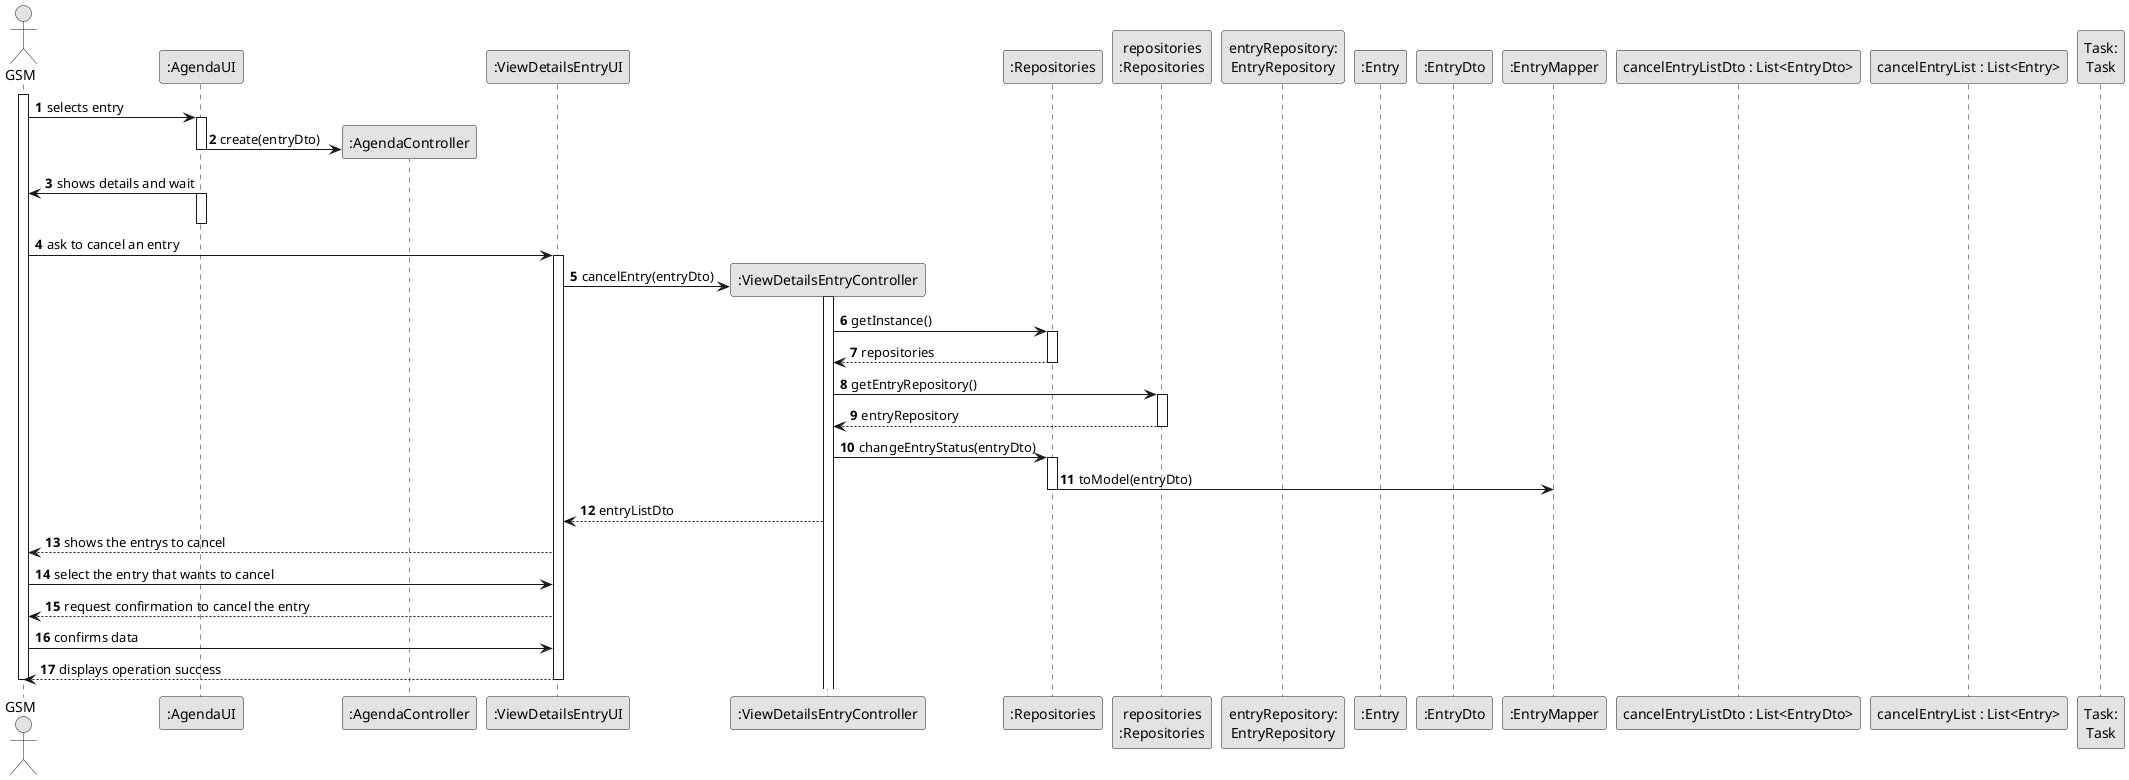
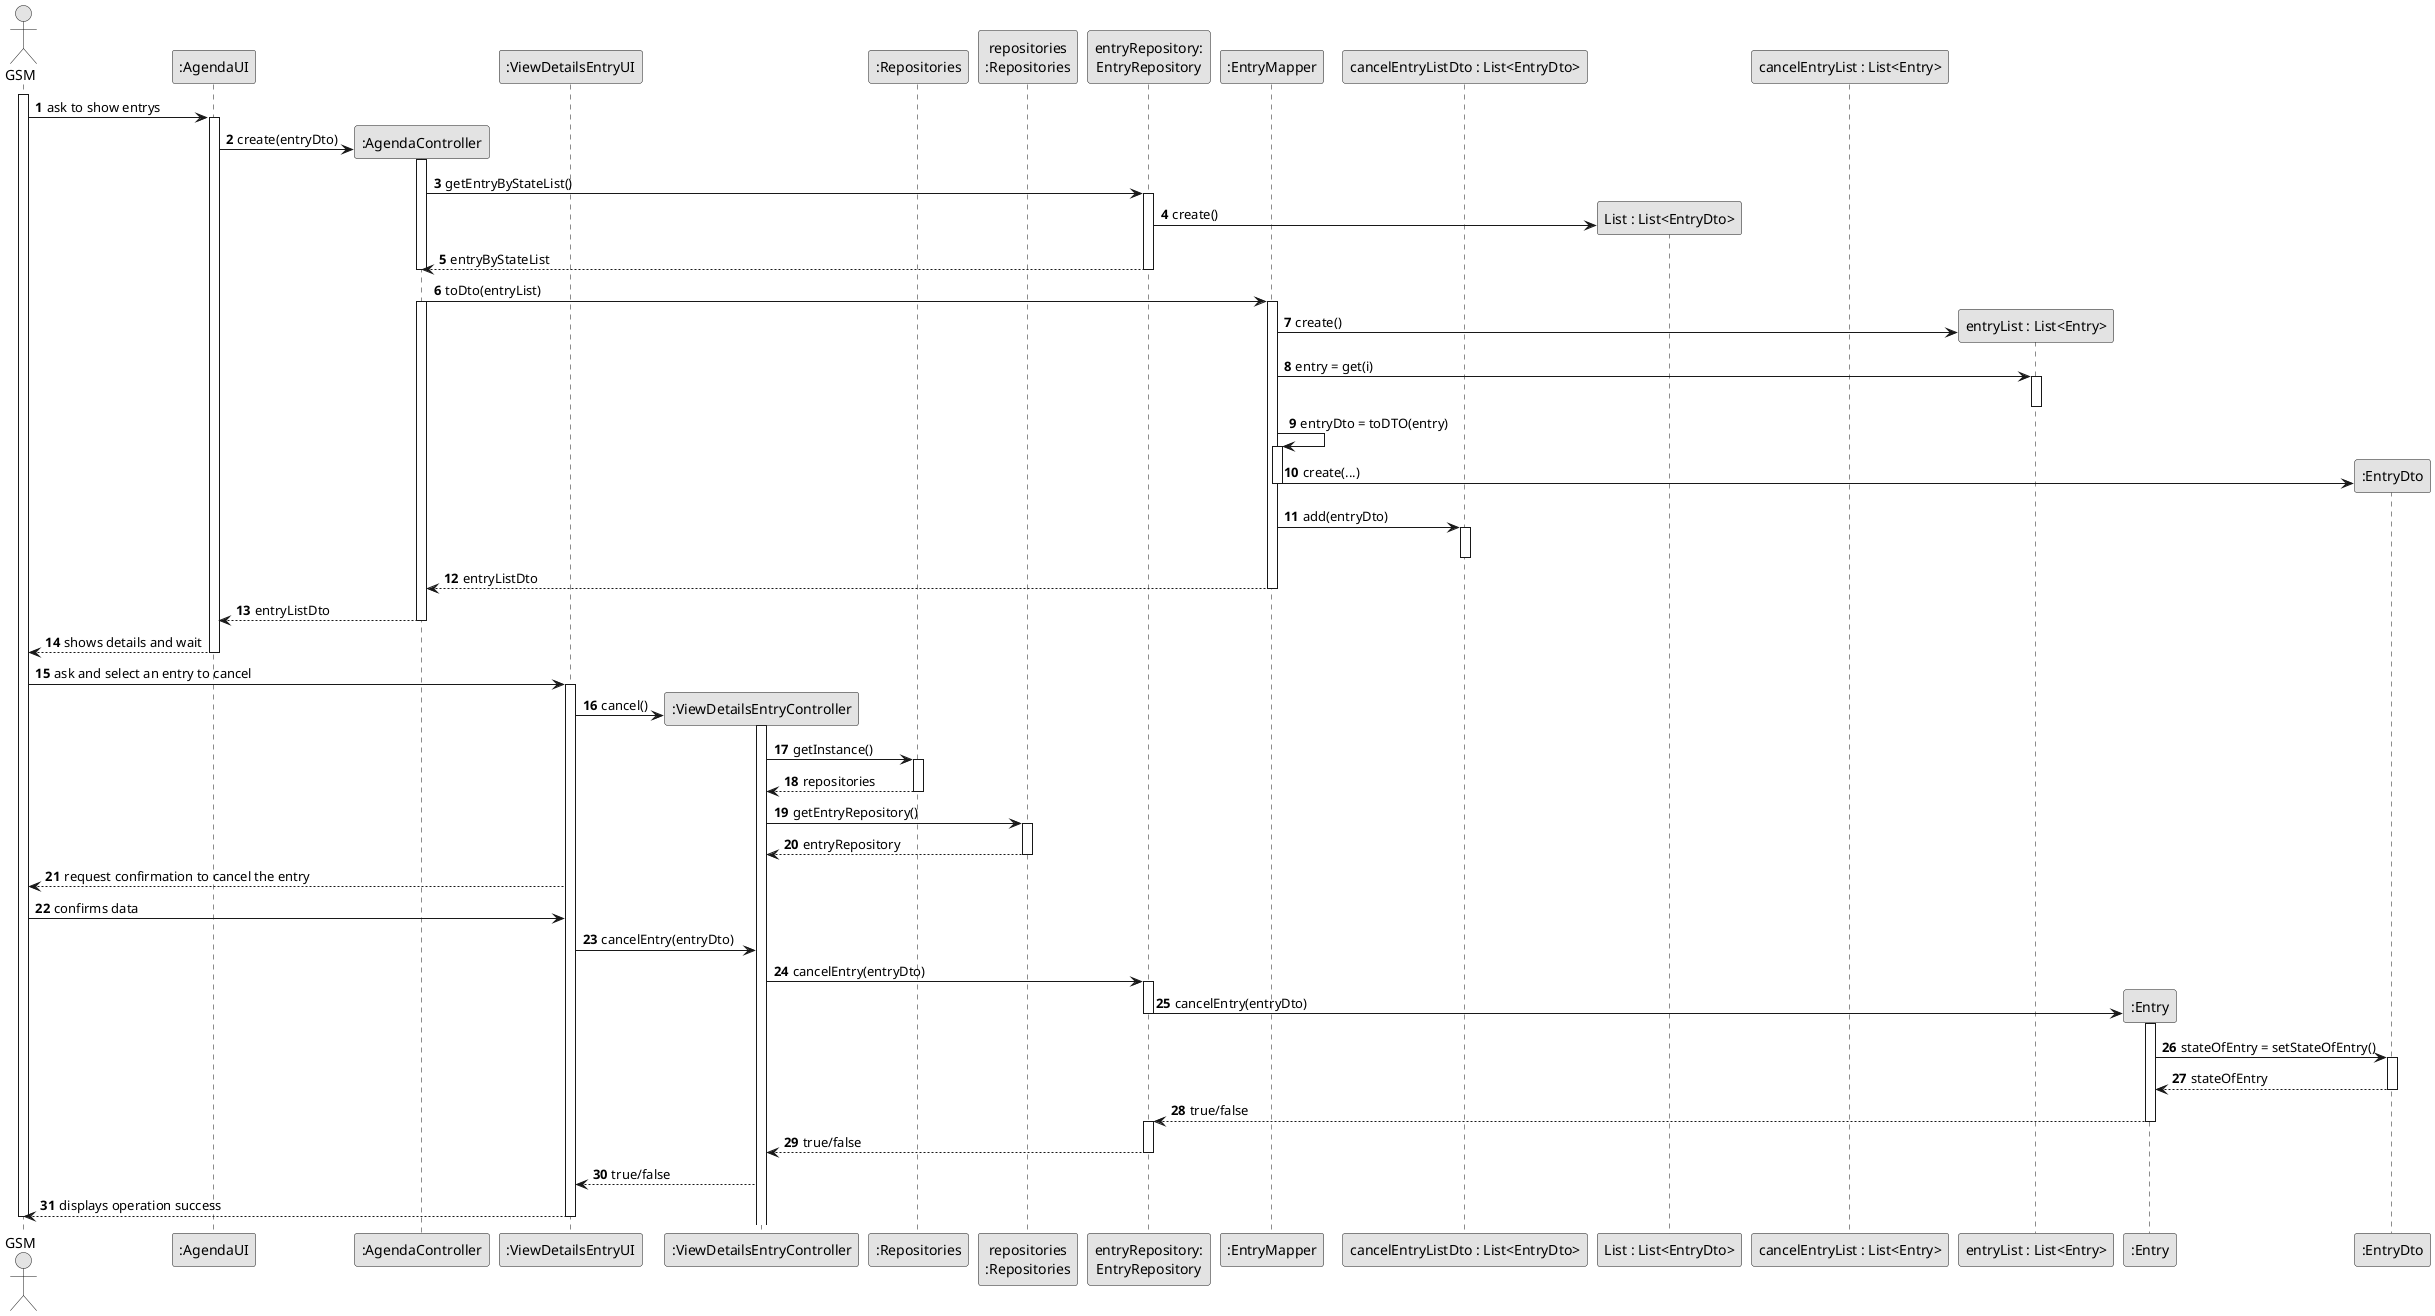
ç@startuml
skinparam monochrome true
skinparam packageStyle rectangle
skinparam shadowing false

autonumber

'hide footbox
actor "GSM" as GSM
participant ":AgendaUI" as AgendaUI
participant ":AgendaController" as AgendaController
participant ":ViewDetailsEntryUI" as UI
participant ":ViewDetailsEntryController" as CTRL
participant ":Repositories" as RepositorySingleton
participant "repositories\n:Repositories" as PLAT
participant "entryRepository:\nEntryRepository" as EntryRepository
+ participant ":EntryMapper" as MAPPER
+ participant "cancelEntryListDto : List<EntryDto>" as ListDTO
+ participant "List : List<EntryDto>" as EntryDtoList
+ participant "cancelEntryList : List<Entry>" as List
+ participant "entryList : List<Entry>" as EntryList
participant ":Entry" as OBJ
participant ":EntryDto" as EntryDto
- participant ":EntryMapper" as MAPPER
- participant "cancelEntryListDto : List<EntryDto>" as ListDTO
- participant "cancelEntryList : List<Entry>" as List
- participant "Task:\nTask" as Task


activate GSM

-         GSM -> AgendaUI: selects entry
+         GSM -> AgendaUI: ask to show entrys
        activate AgendaUI

        AgendaUI -> AgendaController**: create(entryDto)
-         deactivate AgendaUI
+         activate AgendaController

-         AgendaUI -> GSM: shows details and wait
-         activate AgendaUI
+ 
+         AgendaController -> EntryRepository: getEntryByStateList()
+         activate EntryRepository
+ 
+         EntryRepository -> EntryDtoList**: create()
+ 
+         EntryRepository --> AgendaController: entryByStateList
+         deactivate EntryRepository
+         deactivate AgendaController
+ 
+         AgendaController -> MAPPER: toDto(entryList)
+         activate MAPPER
+         activate AgendaController
+ 
+         MAPPER -> EntryList** : create()
+ 
+         MAPPER -> EntryList : entry = get(i)
+         activate EntryList
+         deactivate EntryList
+ 
+         MAPPER -> MAPPER : entryDto = toDTO(entry)
+         activate MAPPER
+ 
+         MAPPER -> EntryDto**  : create(...)
+         deactivate MAPPER
+ 
+         MAPPER -> ListDTO : add(entryDto)
+         activate ListDTO
+         deactivate ListDTO
+ 
+         MAPPER --> AgendaController : entryListDto
+         deactivate MAPPER
+ 
+         AgendaController --> AgendaUI: entryListDto
+         deactivate AgendaController
+ 
+         AgendaUI --> GSM: shows details and wait

        deactivate AgendaUI

-         GSM -> UI : ask to cancel an entry
+         GSM -> UI : ask and select an entry to cancel
        activate UI

-         UI -> CTRL**: cancelEntry(entryDto)
+         UI -> CTRL**: cancel()
        activate CTRL

        CTRL -> RepositorySingleton: getInstance()
        activate RepositorySingleton

        RepositorySingleton --> CTRL: repositories
        deactivate RepositorySingleton

        CTRL -> PLAT: getEntryRepository()
        activate PLAT

        PLAT --> CTRL: entryRepository
        deactivate PLAT

-         CTRL -> RepositorySingleton: changeEntryStatus(entryDto)
-         activate RepositorySingleton
+         UI --> GSM: request confirmation to cancel the entry

-         RepositorySingleton -> MAPPER: toModel(entryDto)
-         deactivate RepositorySingleton
+         GSM -> UI: confirms data
+ 
+         UI -> CTRL: cancelEntry(entryDto)
+ 
+         CTRL -> EntryRepository: cancelEntry(entryDto)
+         activate EntryRepository
+ 
+         EntryRepository -> OBJ**: cancelEntry(entryDto)
+         deactivate EntryRepository
+         activate OBJ
+ 
+ 
+         OBJ -> EntryDto: stateOfEntry = setStateOfEntry()
+         activate EntryDto
+ 
+         EntryDto --> OBJ: stateOfEntry
+         deactivate EntryDto
+ 
+         OBJ --> EntryRepository: true/false
+         deactivate OBJ
+         activate EntryRepository
+ 
+ 
+         EntryRepository --> CTRL: true/false
+         deactivate EntryRepository



- 
- 
- 
- 
- 
- 
- 
- 
-         CTRL --> UI: entryListDto
- 
-         UI --> GSM: shows the entrys to cancel
- 
-         GSM -> UI: select the entry that wants to cancel
- 
-         UI --> GSM: request confirmation to cancel the entry
- 
-         GSM -> UI: confirms data
+         CTRL --> UI: true/false

        UI --> GSM : displays operation success
        deactivate UI

deactivate GSM

@enduml